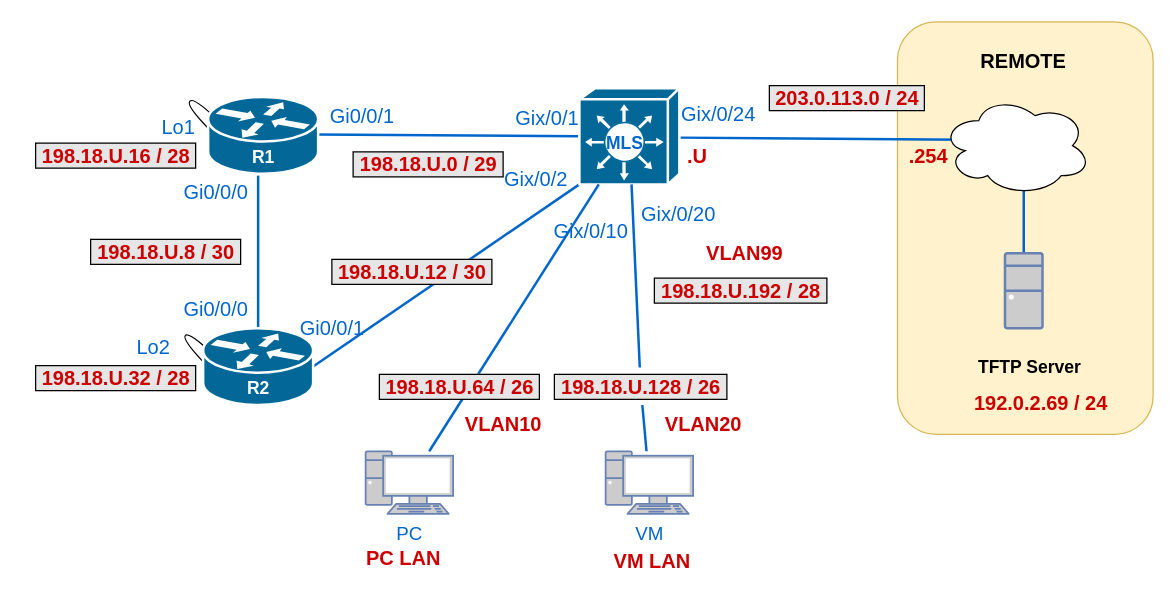
Before: 25S-CST8371/01-Lab-Review/img/01-Lab-Topology.drawio in ayalac1111/Networking-Courses, a draw.io diagram. Source tidied: cells renumbered, new cells numbered last; positions are measured from the earlier drawing's top-left corner, leaving out a move shared by most shapes. Both pictures are drawn from the tidied source at 125%, with x=0, y=0 at pixel (21, 21).
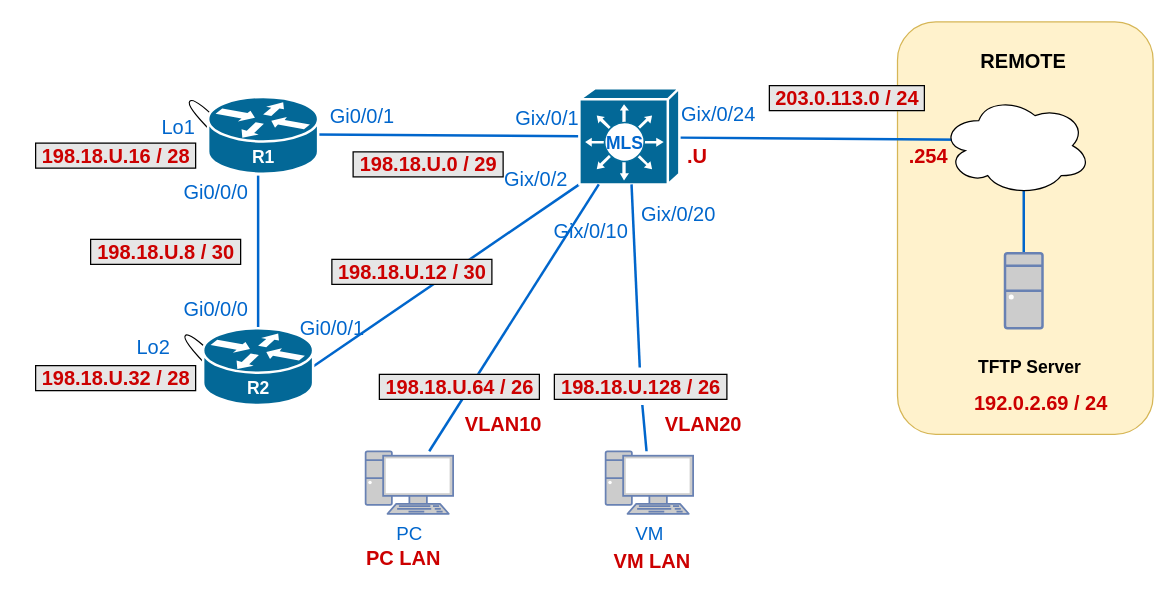
After the change.

What changed in the source:
```diff
@@
-    <mxCell id="48" value="&lt;font size=&quot;1&quot; color=&quot;#cc0000&quot;&gt;&lt;b style=&quot;font-size: 16px;&quot;&gt;VLAN99&lt;/b&gt;&lt;/font&gt;" style="text;html=1;align=center;verticalAlign=middle;fillColor=none;strokeColor=none;rounded=0;" parent="1" vertex="1">
-      <mxGeometry x="538" y="170" width="80" height="30" as="geometry" />
-    </mxCell>
-    <mxCell id="49" value="&lt;font size=&quot;1&quot; color=&quot;#cc0000&quot;&gt;&lt;b style=&quot;font-size: 16px;&quot;&gt;&amp;nbsp;198.18.U.192 / 28&amp;nbsp;&lt;/b&gt;&lt;/font&gt;" style="text;html=1;align=center;verticalAlign=middle;fillColor=none;strokeColor=none;rounded=0;labelBorderColor=default;labelBackgroundColor=#E6E6E6;" parent="1" vertex="1">
-      <mxGeometry x="495" y="200" width="160" height="30" as="geometry" />
-    </mxCell>
```
